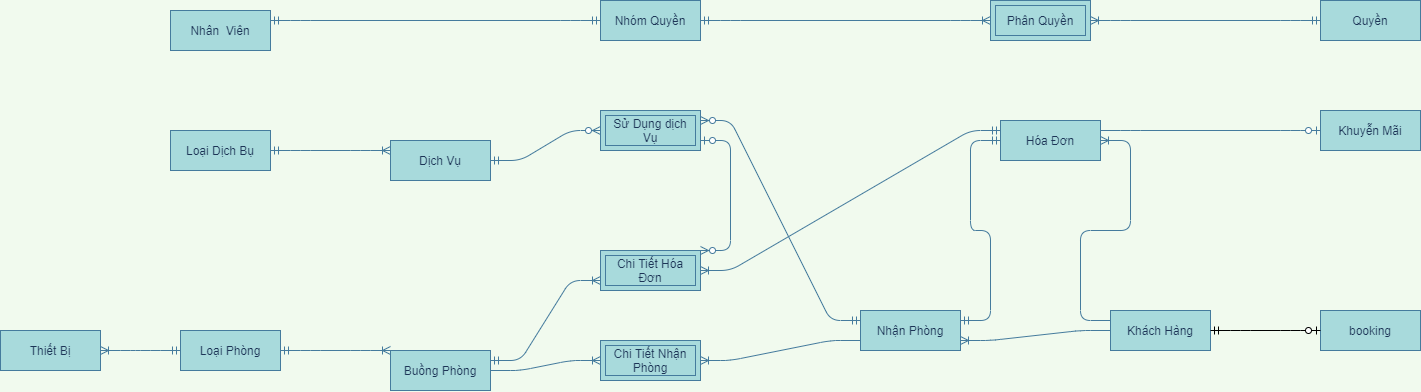
Earlier version of the draw.io export EntityRelationship-QLKS.png (maialino123/QLKS). Source tidied: cells renumbered, new cells last; positions are measured from the earlier drawing's top-left corner, leaving out a move shared by most shapes.
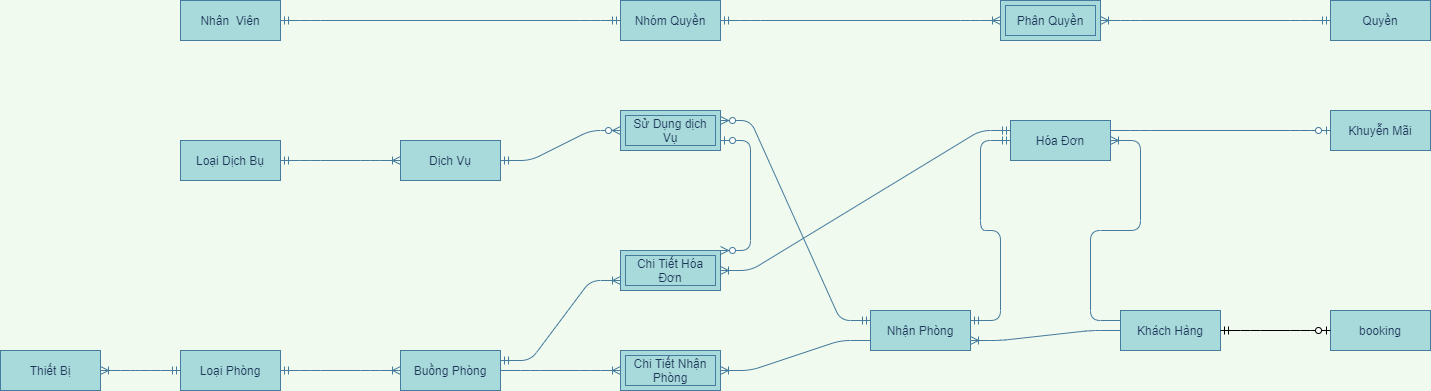
The same file after the commit.

Change to the diagram source:
```diff
@@ -2,14 +2,14 @@
   <root>
     <mxCell id="0" />
     <mxCell id="1" parent="0" />
-    <mxCell id="2" style="edgeStyle=entityRelationEdgeStyle;fontSize=12;html=1;endArrow=ERoneToMany;startArrow=ERmandOne;strokeColor=#457B9D;fillColor=#A8DADC;labelBackgroundColor=#F1FAEE;fontColor=#1D3557;exitX=1;exitY=0.5;exitDx=0;exitDy=0;entryX=0;entryY=0;entryDx=0;entryDy=0;" parent="1" edge="1" source="30" target="31">
+    <mxCell id="2" style="edgeStyle=entityRelationEdgeStyle;fontSize=12;html=1;endArrow=ERoneToMany;startArrow=ERmandOne;strokeColor=#457B9D;fillColor=#A8DADC;labelBackgroundColor=#F1FAEE;fontColor=#1D3557;exitX=1;exitY=0.5;exitDx=0;exitDy=0;entryX=0;entryY=0.5;entryDx=0;entryDy=0;" parent="1" edge="1" source="30" target="31">
       <mxGeometry relative="1" as="geometry" />
     </mxCell>
     <mxCell id="3" style="edgeStyle=entityRelationEdgeStyle;fontSize=12;html=1;endArrow=ERoneToMany;strokeColor=#457B9D;fillColor=#A8DADC;entryX=1;entryY=0.5;entryDx=0;entryDy=0;labelBackgroundColor=#F1FAEE;fontColor=#1D3557;exitX=0;exitY=0.75;exitDx=0;exitDy=0;" parent="1" edge="1" source="32" target="4">
       <mxGeometry relative="1" as="geometry" />
     </mxCell>
     <mxCell id="4" value="Chi Tiết Nhận Phòng" style="shape=ext;margin=3;double=1;whiteSpace=wrap;html=1;align=center;strokeColor=#457B9D;fillColor=#A8DADC;fontColor=#1D3557;" parent="1" vertex="1">
-      <mxGeometry x="600" y="340" width="100" height="40" as="geometry" />
+      <mxGeometry x="610" y="350" width="100" height="40" as="geometry" />
     </mxCell>
     <mxCell id="5" style="edgeStyle=entityRelationEdgeStyle;fontSize=12;html=1;endArrow=ERoneToMany;strokeColor=#457B9D;fillColor=#A8DADC;entryX=0;entryY=0.5;entryDx=0;entryDy=0;labelBackgroundColor=#F1FAEE;fontColor=#1D3557;exitX=1;exitY=0.5;exitDx=0;exitDy=0;" parent="1" edge="1" source="31" target="4">
       <mxGeometry relative="1" as="geometry" />
@@ -24,7 +24,7 @@
       <mxGeometry relative="1" as="geometry" />
     </mxCell>
     <mxCell id="9" value="Chi Tiết Hóa Đơn" style="shape=ext;margin=3;double=1;whiteSpace=wrap;html=1;align=center;strokeColor=#457B9D;fillColor=#A8DADC;fontColor=#1D3557;" parent="1" vertex="1">
-      <mxGeometry x="600" y="250" width="100" height="40" as="geometry" />
+      <mxGeometry x="610" y="250" width="100" height="40" as="geometry" />
     </mxCell>
     <mxCell id="10" style="edgeStyle=entityRelationEdgeStyle;fontSize=12;html=1;endArrow=ERoneToMany;startArrow=ERmandOne;strokeColor=#457B9D;fillColor=#A8DADC;entryX=1;entryY=0.5;entryDx=0;entryDy=0;labelBackgroundColor=#F1FAEE;fontColor=#1D3557;exitX=0;exitY=0.25;exitDx=0;exitDy=0;" parent="1" edge="1" source="34" target="9">
       <mxGeometry relative="1" as="geometry" />
@@ -35,14 +35,14 @@
     <mxCell id="12" style="edgeStyle=entityRelationEdgeStyle;fontSize=12;html=1;endArrow=ERoneToMany;startArrow=ERmandOne;strokeColor=#457B9D;fillColor=#A8DADC;labelBackgroundColor=#F1FAEE;fontColor=#1D3557;entryX=1;entryY=0.5;entryDx=0;entryDy=0;exitX=0;exitY=0.5;exitDx=0;exitDy=0;" parent="1" edge="1" source="30" target="29">
       <mxGeometry relative="1" as="geometry" />
     </mxCell>
-    <mxCell id="13" style="edgeStyle=entityRelationEdgeStyle;fontSize=12;html=1;endArrow=ERoneToMany;startArrow=ERmandOne;labelBackgroundColor=#F1FAEE;strokeColor=#457B9D;fontColor=#1D3557;exitX=1;exitY=0.5;exitDx=0;exitDy=0;entryX=0;entryY=0.25;entryDx=0;entryDy=0;" parent="1" edge="1" source="26" target="27">
+    <mxCell id="13" style="edgeStyle=entityRelationEdgeStyle;fontSize=12;html=1;endArrow=ERoneToMany;startArrow=ERmandOne;labelBackgroundColor=#F1FAEE;strokeColor=#457B9D;fontColor=#1D3557;exitX=1;exitY=0.5;exitDx=0;exitDy=0;entryX=0;entryY=0.5;entryDx=0;entryDy=0;" parent="1" edge="1" source="26" target="27">
       <mxGeometry relative="1" as="geometry" />
     </mxCell>
     <mxCell id="14" style="edgeStyle=entityRelationEdgeStyle;fontSize=12;html=1;endArrow=ERzeroToMany;startArrow=ERmandOne;entryX=0;entryY=0.5;entryDx=0;entryDy=0;labelBackgroundColor=#F1FAEE;strokeColor=#457B9D;fontColor=#1D3557;exitX=1;exitY=0.5;exitDx=0;exitDy=0;" parent="1" edge="1" source="27" target="15">
       <mxGeometry relative="1" as="geometry" />
     </mxCell>
     <mxCell id="15" value="Sử Dụng dịch Vụ" style="shape=ext;margin=3;double=1;whiteSpace=wrap;html=1;align=center;strokeColor=#457B9D;fillColor=#A8DADC;fontColor=#1D3557;" parent="1" vertex="1">
-      <mxGeometry x="600" y="110" width="100" height="40" as="geometry" />
+      <mxGeometry x="610" y="110" width="100" height="40" as="geometry" />
     </mxCell>
     <mxCell id="16" style="edgeStyle=entityRelationEdgeStyle;fontSize=12;html=1;endArrow=ERzeroToMany;startArrow=ERmandOne;entryX=1;entryY=0.25;entryDx=0;entryDy=0;labelBackgroundColor=#F1FAEE;strokeColor=#457B9D;fontColor=#1D3557;exitX=0;exitY=0.25;exitDx=0;exitDy=0;" parent="1" edge="1" source="32" target="15">
       <mxGeometry relative="1" as="geometry" />
@@ -62,20 +62,20 @@
     <mxCell id="21" style="edgeStyle=entityRelationEdgeStyle;fontSize=12;html=1;endArrow=ERoneToMany;startArrow=ERmandOne;labelBackgroundColor=#F1FAEE;strokeColor=#457B9D;fontColor=#1D3557;exitX=1;exitY=0.5;exitDx=0;exitDy=0;entryX=0;entryY=0.5;entryDx=0;entryDy=0;" parent="1" edge="1" source="23" target="20">
       <mxGeometry relative="1" as="geometry" />
     </mxCell>
-    <mxCell id="22" style="edgeStyle=entityRelationEdgeStyle;fontSize=12;html=1;endArrow=ERmandOne;startArrow=ERmandOne;strokeColor=#457B9D;fillColor=#A8DADC;exitX=1;exitY=0.25;exitDx=0;exitDy=0;entryX=0;entryY=0.5;entryDx=0;entryDy=0;" parent="1" edge="1" source="25" target="23">
+    <mxCell id="22" style="edgeStyle=entityRelationEdgeStyle;fontSize=12;html=1;endArrow=ERmandOne;startArrow=ERmandOne;strokeColor=#457B9D;fillColor=#A8DADC;exitX=1;exitY=0.5;exitDx=0;exitDy=0;entryX=0;entryY=0.5;entryDx=0;entryDy=0;" parent="1" edge="1" source="25" target="23">
       <mxGeometry relative="1" as="geometry" />
     </mxCell>
     <mxCell id="23" value="Nhóm Quyền" style="whiteSpace=wrap;html=1;align=center;rounded=0;sketch=0;strokeColor=#457B9D;fillColor=#A8DADC;fontColor=#1D3557;" parent="1" vertex="1">
-      <mxGeometry x="600" width="100" height="40" as="geometry" />
+      <mxGeometry x="610" width="100" height="40" as="geometry" />
     </mxCell>
     <mxCell id="24" value="Quyền" style="whiteSpace=wrap;html=1;align=center;rounded=0;sketch=0;strokeColor=#457B9D;fillColor=#A8DADC;fontColor=#1D3557;" parent="1" vertex="1">
       <mxGeometry x="1320" width="100" height="40" as="geometry" />
     </mxCell>
     <mxCell id="25" value="Nhân&amp;nbsp; Viên" style="whiteSpace=wrap;html=1;align=center;rounded=0;sketch=0;strokeColor=#457B9D;fillColor=#A8DADC;fontColor=#1D3557;" parent="1" vertex="1">
-      <mxGeometry x="170" y="10" width="100" height="40" as="geometry" />
+      <mxGeometry x="170" width="100" height="40" as="geometry" />
     </mxCell>
     <mxCell id="26" value="Loại Dịch Bụ" style="whiteSpace=wrap;html=1;align=center;rounded=0;sketch=0;strokeColor=#457B9D;fillColor=#A8DADC;fontColor=#1D3557;" parent="1" vertex="1">
-      <mxGeometry x="170" y="130" width="100" height="40" as="geometry" />
+      <mxGeometry x="170" y="140" width="100" height="40" as="geometry" />
     </mxCell>
     <mxCell id="27" value="Dịch Vụ" style="whiteSpace=wrap;html=1;align=center;rounded=0;sketch=0;strokeColor=#457B9D;fillColor=#A8DADC;fontColor=#1D3557;" parent="1" vertex="1">
       <mxGeometry x="390" y="140" width="100" height="40" as="geometry" />
@@ -84,10 +84,10 @@
       <mxGeometry x="1320" y="110" width="100" height="40" as="geometry" />
     </mxCell>
     <mxCell id="29" value="Thiết Bị" style="whiteSpace=wrap;html=1;align=center;rounded=0;sketch=0;strokeColor=#457B9D;fillColor=#A8DADC;fontColor=#1D3557;" parent="1" vertex="1">
-      <mxGeometry y="330" width="100" height="40" as="geometry" />
+      <mxGeometry x="-10" y="350" width="100" height="40" as="geometry" />
     </mxCell>
     <mxCell id="30" value="Loại Phòng" style="whiteSpace=wrap;html=1;align=center;rounded=0;sketch=0;strokeColor=#457B9D;fillColor=#A8DADC;fontColor=#1D3557;" parent="1" vertex="1">
-      <mxGeometry x="180" y="330" width="100" height="40" as="geometry" />
+      <mxGeometry x="170" y="350" width="100" height="40" as="geometry" />
     </mxCell>
     <mxCell id="31" value="Buồng Phòng" style="whiteSpace=wrap;html=1;align=center;rounded=0;sketch=0;strokeColor=#457B9D;fillColor=#A8DADC;fontColor=#1D3557;" parent="1" vertex="1">
       <mxGeometry x="390" y="350" width="100" height="40" as="geometry" />
```
